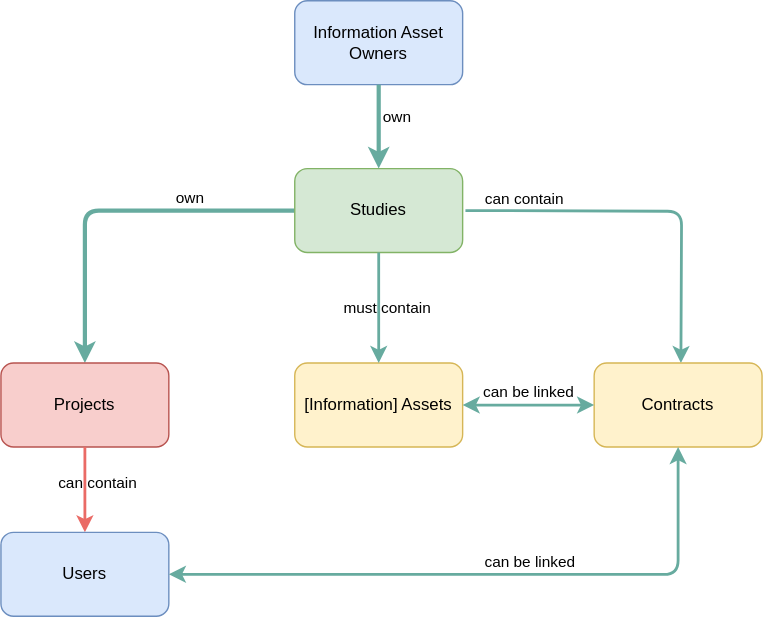
This is web/public/entity_diagram.drawio.svg from ucl-arc-tre/portal, a draw.io export, as it was before one commit. Source tidied: cells renumbered, new cells last; positions are measured from the earlier drawing's top-left corner, leaving out a move shared by most shapes.
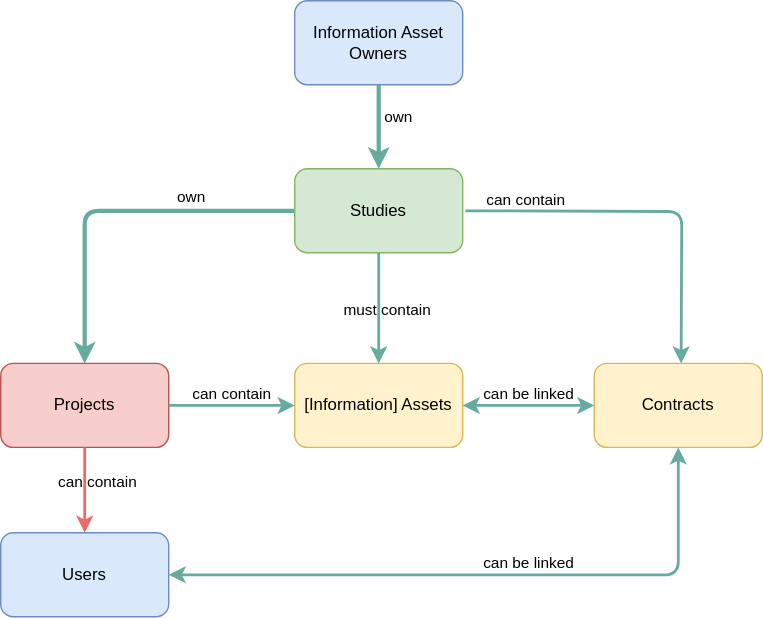
After the commit.

Commit message:
Add project asset link in erd (#516)

The edit, as a diff of the source:
```diff
@@ -32,7 +32,7 @@
     </mxCell>
     <mxCell id="9" value="can contain" style="edgeLabel;html=1;align=center;verticalAlign=middle;labelBackgroundColor=none;" parent="8" vertex="1">
       <mxGeometry x="-0.13" y="2" relative="1" as="geometry">
-        <mxPoint x="7" y="-1" as="offset" />
+        <mxPoint x="6" y="-1" as="offset" />
       </mxGeometry>
     </mxCell>
     <mxCell id="10" value="[Information] Assets" style="whiteSpace=wrap;html=1;rounded=1;fillColor=#fff2cc;strokeColor=#d6b656;" parent="1" vertex="1">
@@ -54,7 +54,7 @@
     </mxCell>
     <mxCell id="14" value="must contain" style="edgeLabel;html=1;align=center;verticalAlign=middle;labelBackgroundColor=none;" parent="13" vertex="1">
       <mxGeometry x="-0.29" relative="1" as="geometry">
-        <mxPoint x="6" y="12" as="offset" />
+        <mxPoint x="5" y="12" as="offset" />
       </mxGeometry>
     </mxCell>
     <mxCell id="15" style="edgeStyle=orthogonalEdgeStyle;rounded=1;jettySize=auto;html=1;strokeWidth=2;strokeColor=#67AB9F;curved=0;startArrow=classic;startFill=1;entryX=0;entryY=0.5;entryDx=0;entryDy=0;" parent="1" edge="1" source="10" target="12">
@@ -88,5 +88,13 @@
         <mxPoint x="16" y="-14" as="offset" />
       </mxGeometry>
     </mxCell>
+    <mxCell id="22" style="edgeStyle=orthogonalEdgeStyle;rounded=1;jettySize=auto;html=1;strokeWidth=2;strokeColor=#67AB9F;curved=0;startArrow=none;startFill=0;entryX=0;entryY=0.5;entryDx=0;entryDy=0;exitX=1;exitY=0.5;exitDx=0;exitDy=0;" parent="1" edge="1" source="7" target="10">
+      <mxGeometry relative="1" as="geometry" />
+    </mxCell>
+    <mxCell id="23" value="can contain" style="edgeLabel;html=1;align=center;verticalAlign=middle;labelBackgroundColor=none;" parent="22" vertex="1">
+      <mxGeometry x="-0.29" relative="1" as="geometry">
+        <mxPoint x="13" y="-9" as="offset" />
+      </mxGeometry>
+    </mxCell>
   </root>
 </mxGraphModel>
```
